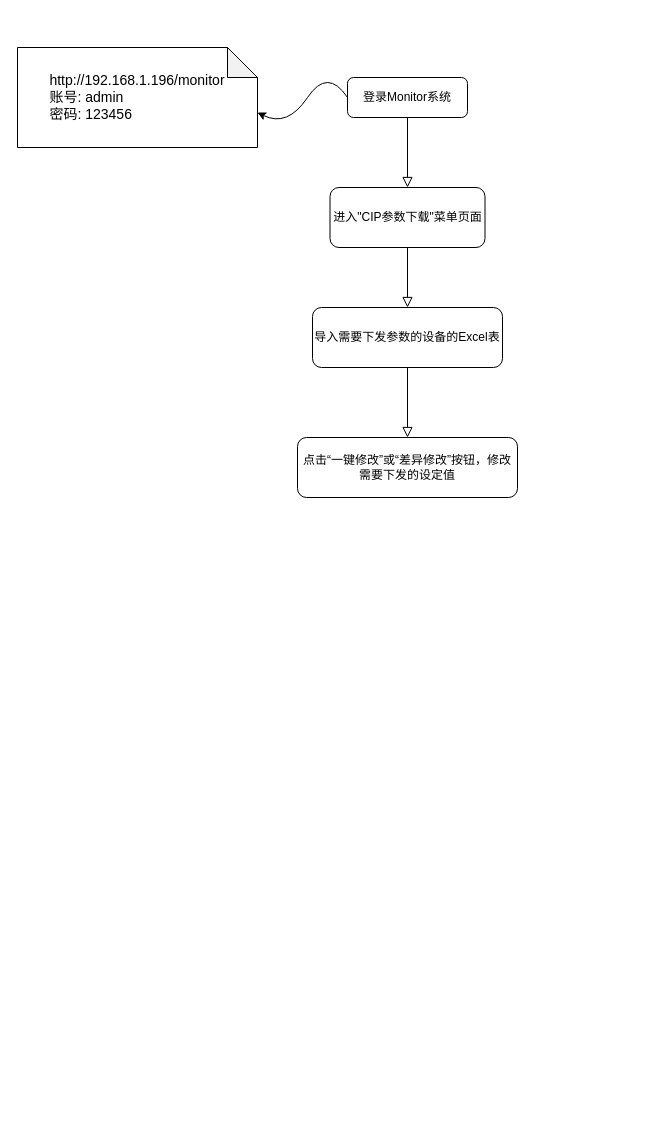
AgonyCarl/frank.github.io keeps this draw.io diagram as 参数下载.drawio. Above is the earlier version. Source tidied: cells renumbered, new cells numbered last; positions are measured from the earlier drawing's top-left corner, leaving out a move shared by most shapes. Both pictures are drawn from the tidied source at 100%, with x=0, y=0 at pixel (17, 47).
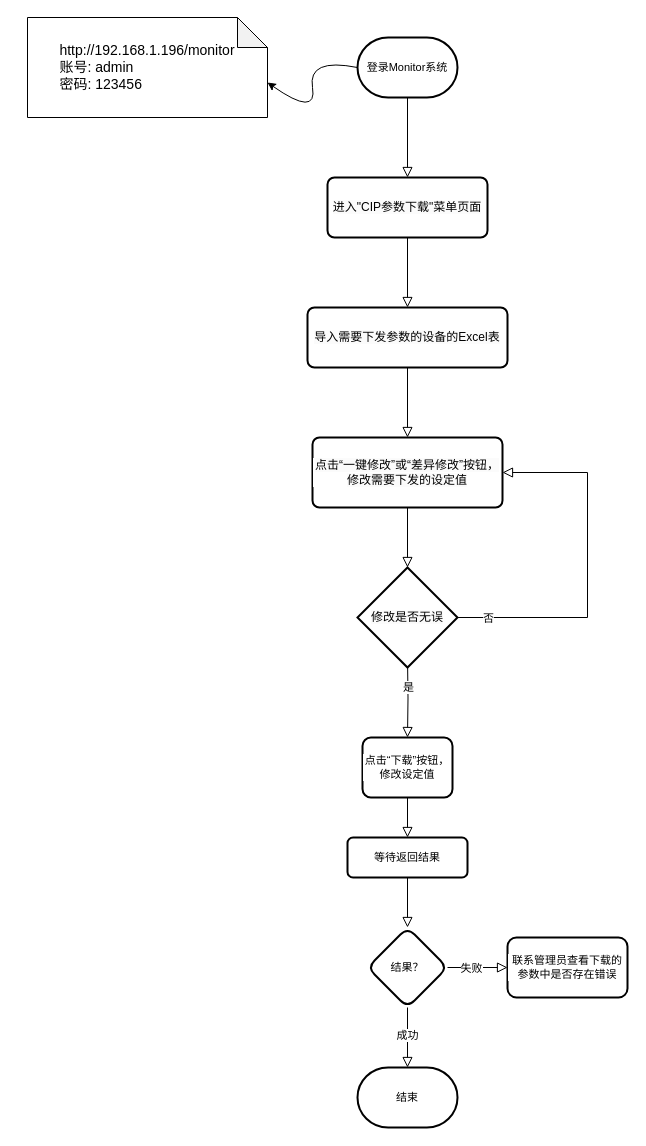
The same diagram, later.

Commit message (it also covers changes not shown here):
更新参数下载.drawio

Diff of the diagram source:
```diff
@@
-    <mxCell id="2" style="edgeStyle=orthogonalEdgeStyle;rounded=0;jettySize=auto;html=1;endArrow=block;endFill=0;endSize=8;" parent="1" edge="1" source="3" target="7">
+    <mxCell id="2" style="edgeStyle=orthogonalEdgeStyle;rounded=0;jettySize=auto;html=1;endArrow=block;endFill=0;endSize=8;exitX=0.5;exitY=1;exitDx=0;exitDy=0;exitPerimeter=0;entryX=0.5;entryY=0;entryDx=0;entryDy=0;" parent="1" edge="1" source="3" target="7">
       <mxGeometry relative="1" as="geometry" />
     </mxCell>
-    <mxCell id="3" value="登录Monitor系统" style="rounded=1;whiteSpace=wrap;html=1;fontSize=12;glass=0;strokeWidth=1;shadow=0;" parent="1" vertex="1">
-      <mxGeometry x="330" y="30" width="120" height="40" as="geometry" />
-    </mxCell>
     <mxCell id="4" value="&lt;div style=&quot;text-align: justify; font-size: 14px;&quot;&gt;&lt;font style=&quot;font-size: 14px;&quot;&gt;http://192.168.1.196/monitor&lt;/font&gt;&lt;/div&gt;&lt;div style=&quot;text-align: justify; font-size: 14px;&quot;&gt;&lt;font style=&quot;font-size: 14px;&quot;&gt;账号: admin&lt;/font&gt;&lt;/div&gt;&lt;div style=&quot;text-align: justify; font-size: 14px;&quot;&gt;&lt;font style=&quot;font-size: 14px;&quot;&gt;密码: 123456&lt;/font&gt;&lt;/div&gt;" style="shape=note;whiteSpace=wrap;html=1;backgroundOutline=1;darkOpacity=0.05;" parent="1" vertex="1">
-      <mxGeometry width="240" height="100" as="geometry" />
+      <mxGeometry x="10" y="-30" width="240" height="100" as="geometry" />
     </mxCell>
-    <mxCell id="5" style="curved=1;endArrow=classic;html=1;rounded=0;exitX=0;exitY=0.5;exitDx=0;exitDy=0;entryX=0;entryY=0;entryDx=240;entryDy=65;entryPerimeter=0;" parent="1" edge="1" source="3" target="4">
+    <mxCell id="5" style="curved=1;endArrow=classic;html=1;rounded=0;exitX=0;exitY=0.5;exitDx=0;exitDy=0;entryX=0;entryY=0;entryDx=240;entryDy=65;entryPerimeter=0;exitPerimeter=0;" parent="1" edge="1" source="3" target="4">
       <mxGeometry relative="1" as="geometry">
         <Array as="points">
-          <mxPoint x="310" y="20" />
-          <mxPoint x="270" y="80" />
+          <mxPoint x="290" y="10" />
+          <mxPoint x="300" y="70" />
         </Array>
       </mxGeometry>
     </mxCell>
-    <mxCell id="6" style="edgeStyle=orthogonalEdgeStyle;shape=connector;rounded=0;jettySize=auto;html=1;strokeColor=default;align=center;verticalAlign=middle;fontFamily=Helvetica;fontSize=11;fontColor=default;labelBackgroundColor=default;endArrow=block;endFill=0;endSize=8;" parent="1" edge="1" source="7" target="9">
+    <mxCell id="6" style="edgeStyle=orthogonalEdgeStyle;shape=connector;rounded=0;jettySize=auto;html=1;strokeColor=default;align=center;verticalAlign=middle;fontFamily=Helvetica;fontSize=11;fontColor=default;labelBackgroundColor=default;endArrow=block;endFill=0;endSize=8;exitX=0.5;exitY=1;exitDx=0;exitDy=0;entryX=0.5;entryY=0;entryDx=0;entryDy=0;" parent="1" edge="1" source="7" target="9">
       <mxGeometry relative="1" as="geometry" />
     </mxCell>
+    <mxCell id="8" style="edgeStyle=orthogonalEdgeStyle;shape=connector;rounded=0;jettySize=auto;html=1;strokeColor=default;align=center;verticalAlign=middle;fontFamily=Helvetica;fontSize=11;fontColor=default;labelBackgroundColor=default;endArrow=block;endFill=0;endSize=8;exitX=0.5;exitY=1;exitDx=0;exitDy=0;entryX=0.5;entryY=0;entryDx=0;entryDy=0;" parent="1" edge="1" source="9" target="10">
+      <mxGeometry relative="1" as="geometry" />
+    </mxCell>
+    <mxCell id="11" style="edgeStyle=orthogonalEdgeStyle;shape=connector;rounded=0;orthogonalLoop=1;jettySize=auto;html=1;strokeColor=default;align=center;verticalAlign=middle;fontFamily=Helvetica;fontSize=11;fontColor=default;labelBackgroundColor=default;endArrow=block;endFill=0;endSize=8;" parent="1" edge="1">
+      <mxGeometry relative="1" as="geometry">
+        <mxPoint x="390" y="450" as="sourcePoint" />
+        <mxPoint x="390" y="520" as="targetPoint" />
+      </mxGeometry>
+    </mxCell>
+    <mxCell id="12" style="edgeStyle=orthogonalEdgeStyle;shape=connector;rounded=0;jettySize=auto;html=1;strokeColor=default;align=center;verticalAlign=middle;fontFamily=Helvetica;fontSize=11;fontColor=default;labelBackgroundColor=default;endArrow=block;endFill=0;endSize=8;" parent="1" edge="1" target="17">
+      <mxGeometry relative="1" as="geometry">
+        <mxPoint x="390" y="610" as="sourcePoint" />
+      </mxGeometry>
+    </mxCell>
+    <mxCell id="13" value="是" style="edgeLabel;html=1;align=center;verticalAlign=middle;fontFamily=Helvetica;fontSize=11;fontColor=default;labelBackgroundColor=default;" parent="12" vertex="1">
+      <mxGeometry x="-0.46" relative="1" as="geometry">
+        <mxPoint y="8" as="offset" />
+      </mxGeometry>
+    </mxCell>
+    <mxCell id="14" style="endArrow=block;html=1;rounded=0;strokeColor=default;align=center;verticalAlign=middle;fontFamily=Helvetica;fontSize=11;fontColor=default;labelBackgroundColor=default;edgeStyle=orthogonalEdgeStyle;endSize=8;exitX=1;exitY=0.5;exitDx=0;exitDy=0;entryX=1;entryY=0.5;entryDx=0;entryDy=0;endFill=0;exitPerimeter=0;" parent="1" edge="1" source="25" target="10">
+      <mxGeometry relative="1" as="geometry">
+        <Array as="points">
+          <mxPoint x="570" y="570" />
+          <mxPoint x="570" y="425" />
+        </Array>
+      </mxGeometry>
+    </mxCell>
+    <mxCell id="15" value="否" style="edgeLabel;html=1;align=center;verticalAlign=middle;fontFamily=Helvetica;fontSize=11;fontColor=default;labelBackgroundColor=default;" parent="14" vertex="1">
+      <mxGeometry x="-0.47" y="-2" relative="1" as="geometry">
+        <mxPoint x="-65" y="-2" as="offset" />
+      </mxGeometry>
+    </mxCell>
+    <mxCell id="16" style="edgeStyle=orthogonalEdgeStyle;shape=connector;rounded=0;jettySize=auto;html=1;strokeColor=default;align=center;verticalAlign=middle;fontFamily=Helvetica;fontSize=11;fontColor=default;labelBackgroundColor=default;endArrow=block;endFill=0;endSize=8;" parent="1" edge="1" source="17" target="19">
+      <mxGeometry relative="1" as="geometry" />
+    </mxCell>
+    <mxCell id="17" value="点击“下载”按钮，修改设定值" style="whiteSpace=wrap;html=1;rounded=1;glass=0;strokeWidth=2;shadow=0;strokeColor=default;align=center;verticalAlign=middle;arcSize=14;fontFamily=Helvetica;fontSize=11;fontColor=default;labelBackgroundColor=default;fillColor=default;" parent="1" vertex="1">
+      <mxGeometry x="345" y="690" width="90" height="60" as="geometry" />
+    </mxCell>
+    <mxCell id="18" style="edgeStyle=orthogonalEdgeStyle;shape=connector;rounded=0;jettySize=auto;html=1;strokeColor=default;align=center;verticalAlign=middle;fontFamily=Helvetica;fontSize=11;fontColor=default;labelBackgroundColor=default;endArrow=block;endFill=0;endSize=8;entryX=0.5;entryY=0;entryDx=0;entryDy=0;" parent="1" edge="1" source="19" target="24">
+      <mxGeometry relative="1" as="geometry" />
+    </mxCell>
+    <mxCell id="19" value="等待返回结果" style="whiteSpace=wrap;html=1;rounded=1;glass=0;strokeWidth=2;shadow=0;strokeColor=default;align=center;verticalAlign=middle;arcSize=14;fontFamily=Helvetica;fontSize=11;fontColor=default;labelBackgroundColor=default;fillColor=default;" parent="1" vertex="1">
+      <mxGeometry x="330" y="790" width="120" height="40" as="geometry" />
+    </mxCell>
+    <mxCell id="20" style="edgeStyle=orthogonalEdgeStyle;shape=connector;rounded=0;jettySize=auto;html=1;strokeColor=default;align=center;verticalAlign=middle;fontFamily=Helvetica;fontSize=11;fontColor=default;labelBackgroundColor=default;endArrow=block;endFill=0;endSize=8;" parent="1" edge="1" source="24" target="26">
+      <mxGeometry relative="1" as="geometry" />
+    </mxCell>
+    <mxCell id="21" value="成功" style="edgeLabel;html=1;align=center;verticalAlign=middle;fontFamily=Helvetica;fontSize=11;fontColor=default;labelBackgroundColor=default;" parent="20" vertex="1">
+      <mxGeometry x="-0.11" y="-1" relative="1" as="geometry" />
+    </mxCell>
+    <mxCell id="22" style="edgeStyle=orthogonalEdgeStyle;shape=connector;rounded=0;jettySize=auto;html=1;strokeColor=default;align=center;verticalAlign=middle;fontFamily=Helvetica;fontSize=11;fontColor=default;labelBackgroundColor=default;endArrow=block;endFill=0;endSize=8;" parent="1" edge="1" source="24" target="27">
+      <mxGeometry relative="1" as="geometry" />
+    </mxCell>
+    <mxCell id="23" value="失败" style="edgeLabel;html=1;align=center;verticalAlign=middle;fontFamily=Helvetica;fontSize=11;fontColor=default;labelBackgroundColor=default;" parent="22" vertex="1">
+      <mxGeometry x="-0.24" y="-1" relative="1" as="geometry">
+        <mxPoint y="-1" as="offset" />
+      </mxGeometry>
+    </mxCell>
+    <mxCell id="24" value="结果？" style="rhombus;whiteSpace=wrap;html=1;rounded=1;glass=0;strokeWidth=2;shadow=0;strokeColor=default;align=center;verticalAlign=middle;fontFamily=Helvetica;fontSize=11;fontColor=default;labelBackgroundColor=default;fillColor=default;" parent="1" vertex="1">
+      <mxGeometry x="350" y="880" width="80" height="80" as="geometry" />
+    </mxCell>
+    <mxCell id="3" value="登录Monitor系统" style="strokeWidth=2;html=1;shape=mxgraph.flowchart.terminator;whiteSpace=wrap;fontFamily=Helvetica;fontSize=11;fontColor=default;labelBackgroundColor=default;" parent="1" vertex="1">
+      <mxGeometry x="340" y="-10" width="100" height="60" as="geometry" />
+    </mxCell>
-    <mxCell id="7" value="进入&quot;CIP参数下载&quot;菜单页面" style="whiteSpace=wrap;html=1;rounded=1;glass=0;strokeWidth=1;shadow=0;" parent="1" vertex="1">
-      <mxGeometry x="312.5" y="140" width="155" height="60" as="geometry" />
+    <mxCell id="7" value="&lt;span style=&quot;font-size: 12px; background-color: rgb(251, 251, 251);&quot;&gt;进入&quot;CIP参数下载&quot;菜单页面&lt;/span&gt;" style="rounded=1;whiteSpace=wrap;html=1;absoluteArcSize=1;arcSize=14;strokeWidth=2;fontFamily=Helvetica;fontSize=11;fontColor=default;labelBackgroundColor=default;" parent="1" vertex="1">
+      <mxGeometry x="310" y="130" width="160" height="60" as="geometry" />
     </mxCell>
-    <mxCell id="8" style="edgeStyle=orthogonalEdgeStyle;shape=connector;rounded=0;jettySize=auto;html=1;strokeColor=default;align=center;verticalAlign=middle;fontFamily=Helvetica;fontSize=11;fontColor=default;labelBackgroundColor=default;endArrow=block;endFill=0;endSize=8;" parent="1" edge="1" source="9" target="10">
-      <mxGeometry relative="1" as="geometry" />
-    </mxCell>
-    <mxCell id="9" value="导入需要下发参数的设备的Excel表" style="whiteSpace=wrap;html=1;rounded=1;glass=0;strokeWidth=1;shadow=0;" parent="1" vertex="1">
-      <mxGeometry x="295" y="260" width="190" height="60" as="geometry" />
+    <mxCell id="9" value="&lt;span style=&quot;font-size: 12px; background-color: rgb(251, 251, 251);&quot;&gt;导入需要下发参数的设备的Excel表&lt;/span&gt;" style="rounded=1;whiteSpace=wrap;html=1;absoluteArcSize=1;arcSize=14;strokeWidth=2;fontFamily=Helvetica;fontSize=11;fontColor=default;labelBackgroundColor=default;" parent="1" vertex="1">
+      <mxGeometry x="290" y="260" width="200" height="60" as="geometry" />
     </mxCell>
-    <mxCell id="10" value="点击“一键修改”或“差异修改”按钮，修改需要下发的设定值" style="whiteSpace=wrap;html=1;rounded=1;glass=0;strokeWidth=1;shadow=0;" parent="1" vertex="1">
-      <mxGeometry x="280" y="390" width="220" height="60" as="geometry" />
+    <mxCell id="10" value="&lt;span style=&quot;font-size: 12px; background-color: rgb(251, 251, 251);&quot;&gt;点击“一键修改”或“差异修改”按钮，修改需要下发的设定值&lt;/span&gt;" style="rounded=1;whiteSpace=wrap;html=1;absoluteArcSize=1;arcSize=14;strokeWidth=2;fontFamily=Helvetica;fontSize=11;fontColor=default;labelBackgroundColor=default;" parent="1" vertex="1">
+      <mxGeometry x="295" y="390" width="190" height="70" as="geometry" />
     </mxCell>
+    <mxCell id="25" value="&lt;span style=&quot;font-size: 12px; background-color: rgb(251, 251, 251);&quot;&gt;修改是否无误&lt;/span&gt;" style="strokeWidth=2;html=1;shape=mxgraph.flowchart.decision;whiteSpace=wrap;fontFamily=Helvetica;fontSize=11;fontColor=default;labelBackgroundColor=default;" parent="1" vertex="1">
+      <mxGeometry x="340" y="520" width="100" height="100" as="geometry" />
+    </mxCell>
+    <mxCell id="26" value="结束" style="strokeWidth=2;html=1;shape=mxgraph.flowchart.terminator;whiteSpace=wrap;fontFamily=Helvetica;fontSize=11;fontColor=default;labelBackgroundColor=default;" parent="1" vertex="1">
+      <mxGeometry x="340" y="1020" width="100" height="60" as="geometry" />
+    </mxCell>
+    <mxCell id="27" value="联系管理员查看下载的参数中是否存在错误" style="whiteSpace=wrap;html=1;fontSize=11;rounded=1;glass=0;strokeWidth=2;shadow=0;labelBackgroundColor=default;" parent="1" vertex="1">
+      <mxGeometry x="490" y="890" width="120" height="60" as="geometry" />
+    </mxCell>
```
